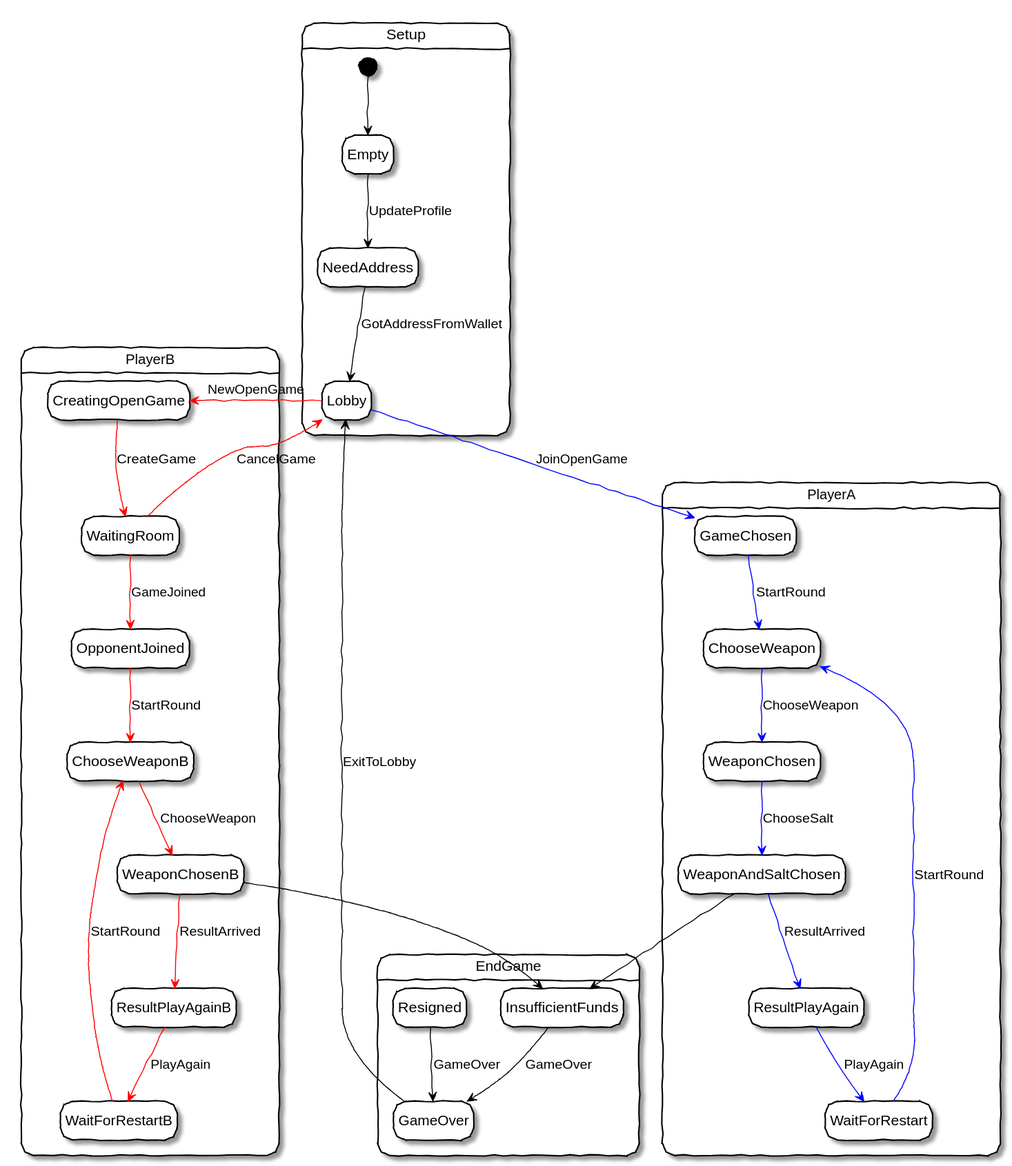
This is packages/rps/notes/rps-plantuml.svg from statechannels/statechannels, a PlantUML export, as it was before one commit.
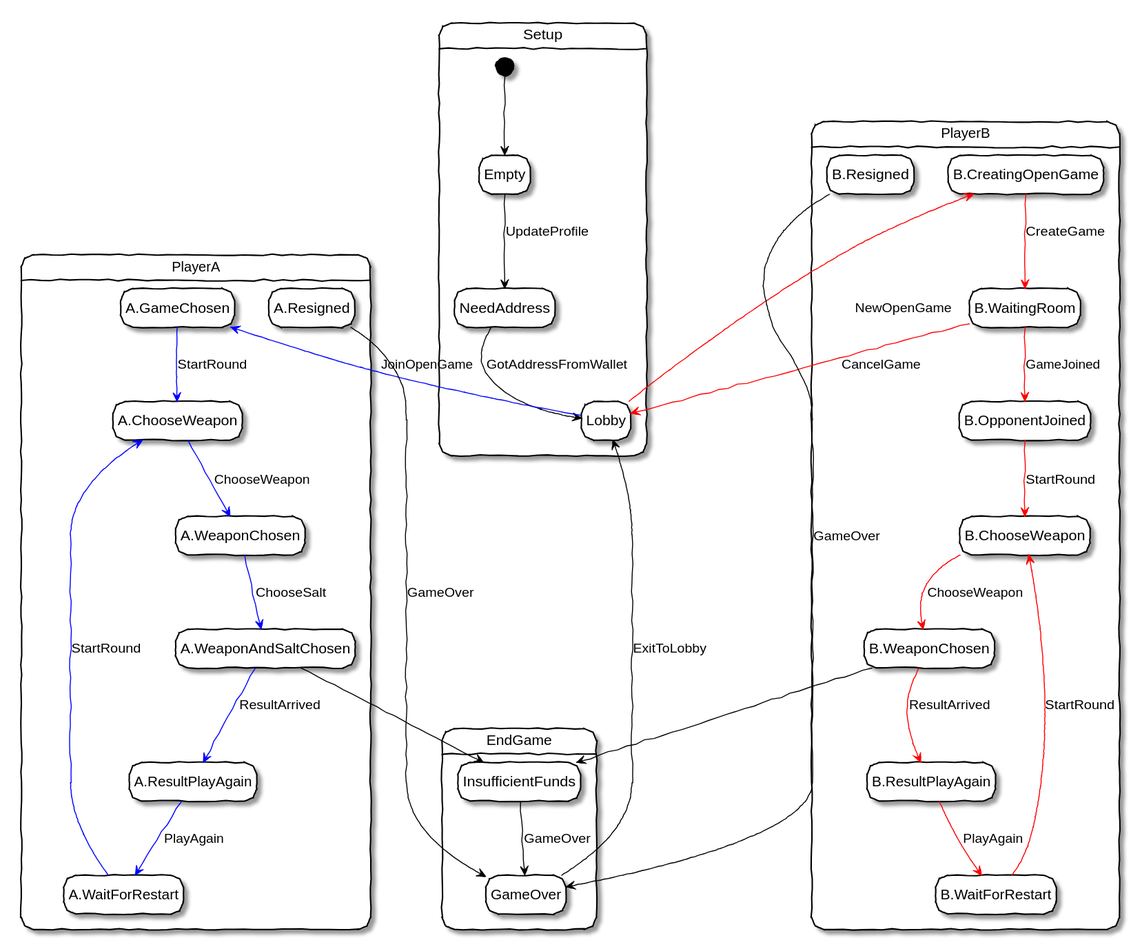
After the change.

What changed in the source:
```diff
@@ -14,33 +14,36 @@
 }
 
     state PlayerA {
-    Lobby -[#blue]-> GameChosen : JoinOpenGame
-    GameChosen -[#blue]-> ChooseWeapon : StartRound
-    ChooseWeapon -[#blue]-> WeaponChosen : ChooseWeapon
-    WeaponChosen -[#blue]-> WeaponAndSaltChosen : ChooseSalt
-    WeaponAndSaltChosen -[#blue]-> ResultPlayAgain : ResultArrived
-    ResultPlayAgain -[#blue]-> WaitForRestart : PlayAgain
-    WaitForRestart -[#blue]-> ChooseWeapon : StartRound
+    Lobby -[#blue]left-> A.GameChosen : JoinOpenGame
+    A.GameChosen -[#blue]-> A.ChooseWeapon : StartRound
+    A.ChooseWeapon -[#blue]-> A.WeaponChosen : ChooseWeapon
+    A.WeaponChosen -[#blue]-> A.WeaponAndSaltChosen : ChooseSalt
+    A.WeaponAndSaltChosen -[#blue]-> A.ResultPlayAgain : ResultArrived
+    A.ResultPlayAgain -[#blue]-> A.WaitForRestart : PlayAgain
+    A.WaitForRestart -[#blue]-> A.ChooseWeapon : StartRound
+    A.Resigned :
     }
 
     state PlayerB {
-    Lobby -[#red]-> CreatingOpenGame : NewOpenGame
-    CreatingOpenGame -[#red]-> WaitingRoom : CreateGame
-    WaitingRoom -[#red]-> Lobby: CancelGame
-    WaitingRoom -[#red]-> OpponentJoined : GameJoined
-    OpponentJoined -[#red]->ChooseWeaponB : StartRound
-    ChooseWeaponB -[#red]-> WeaponChosenB : ChooseWeapon
-    WeaponChosenB -[#red]-> ResultPlayAgainB : ResultArrived
-    ResultPlayAgainB -[#red]-> WaitForRestartB: PlayAgain
-    WaitForRestartB -[#red]-> ChooseWeaponB : StartRound
+    Lobby -[#red]right-> B.CreatingOpenGame : NewOpenGame
+    B.CreatingOpenGame -[#red]-> B.WaitingRoom : CreateGame
+    B.WaitingRoom -[#red]-> Lobby: CancelGame
+    B.WaitingRoom -[#red]-> B.OpponentJoined : GameJoined
+    B.OpponentJoined -[#red]->B.ChooseWeapon : StartRound
+    B.ChooseWeapon -[#red]-> B.WeaponChosen : ChooseWeapon
+    B.WeaponChosen -[#red]-> B.ResultPlayAgain : ResultArrived
+    B.ResultPlayAgain -[#red]-> B.WaitForRestart: PlayAgain
+    B.WaitForRestart -[#red]-> B.ChooseWeapon : StartRound
+    B.Resigned :
     }
 
 state EndGame {
-    WeaponChosenB -[#black]-> InsufficientFunds
-    WeaponAndSaltChosen -[#black]-> InsufficientFunds
+    B.WeaponChosen -[#black]-> InsufficientFunds
+    A.WeaponAndSaltChosen -[#black]-> InsufficientFunds
     InsufficientFunds -[#black]-> GameOver : GameOver
     GameOver -[#black]-> Lobby : ExitToLobby
-    Resigned -[#black]-> GameOver : GameOver
+    A.Resigned -[#black]-> GameOver : GameOver
+    B.Resigned -[#black]-> GameOver : GameOver
 }
 
 
```
